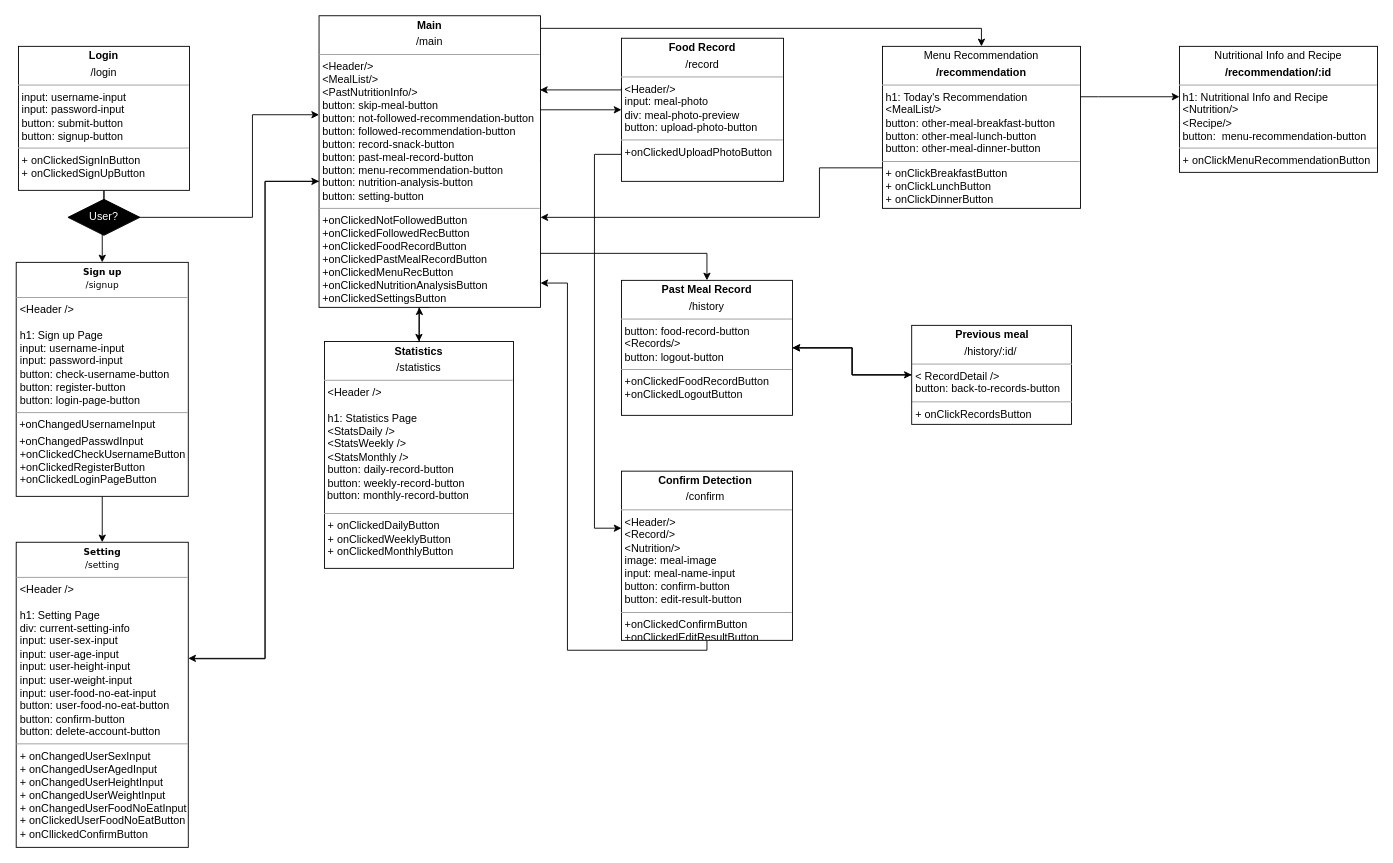
swsnu/swpp2021-team5 keeps this draw.io diagram as diagrams/Frontend_UML.drawio. Above is the earlier version. Source tidied: cells renumbered, new cells numbered last; positions are measured from the earlier drawing's top-left corner, leaving out a move shared by most shapes. Both pictures are drawn from the tidied source at 90%, with x=0, y=0 at pixel (16, 15).
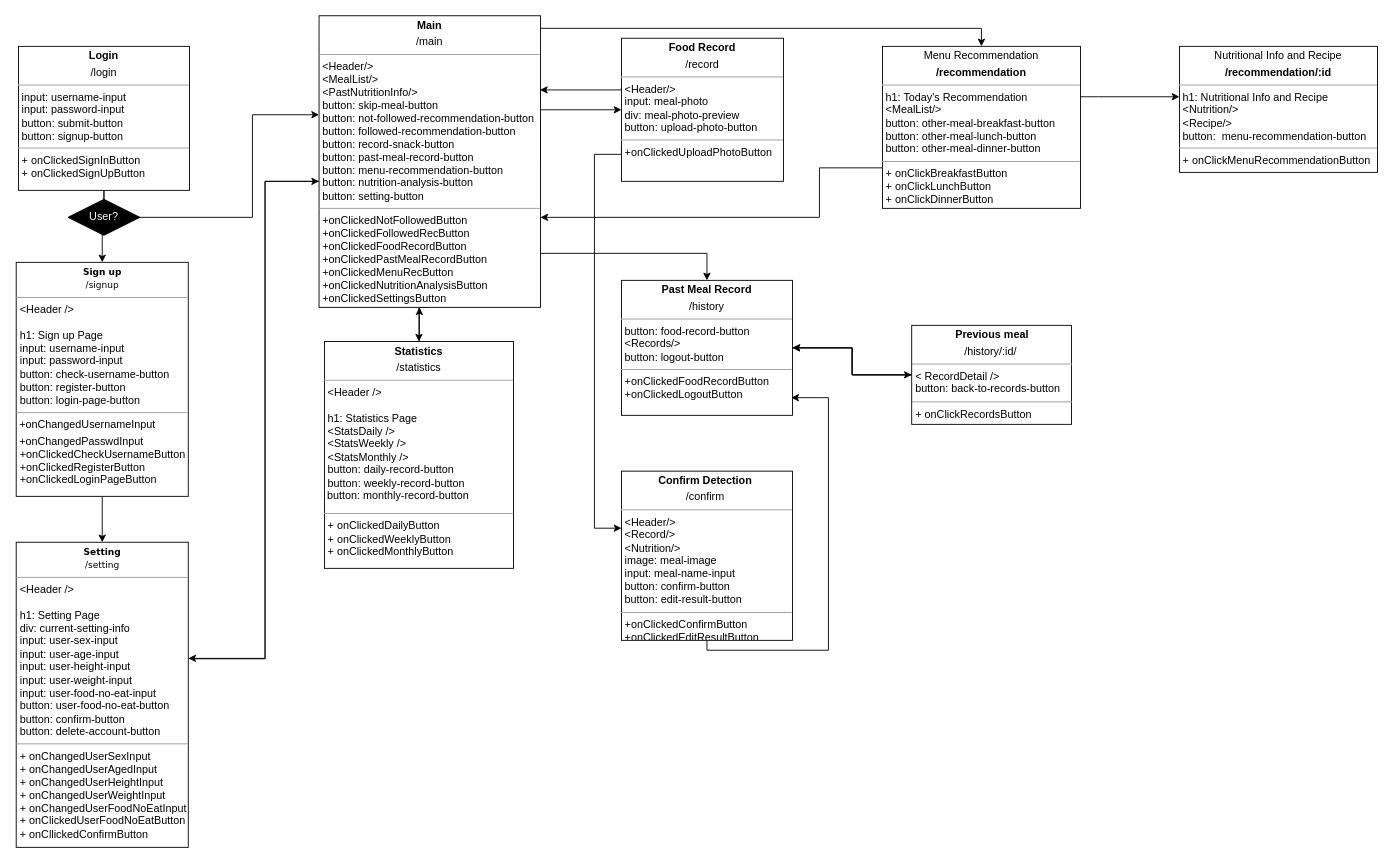
Above is the later version.

The change refers to these unchanged cells:
```xml
<mxCell id="9" value="&lt;p style=&quot;margin: 0px ; margin-top: 4px ; text-align: center&quot;&gt;&lt;b&gt;Main&lt;/b&gt;&lt;/p&gt;&lt;p style=&quot;margin: 0px ; margin-top: 4px ; text-align: center&quot;&gt;/main&lt;/p&gt;&lt;hr size=&quot;1&quot;&gt;&lt;p style=&quot;margin: 0px ; margin-left: 4px&quot;&gt;&lt;span&gt;&amp;lt;Header/&amp;gt;&lt;/span&gt;&lt;/p&gt;&lt;p style=&quot;margin: 0px ; margin-left: 4px&quot;&gt;&lt;span&gt;&amp;lt;MealList/&amp;gt;&lt;/span&gt;&lt;br&gt;&lt;/p&gt;&lt;p style=&quot;margin: 0px ; margin-left: 4px&quot;&gt;&amp;lt;PastNutritionInfo/&amp;gt;&lt;/p&gt;&lt;p style=&quot;margin: 0px ; margin-left: 4px&quot;&gt;button: skip-meal-button&lt;/p&gt;&lt;p style=&quot;margin: 0px ; margin-left: 4px&quot;&gt;button: not-followed-recommendation-button&lt;/p&gt;&lt;p style=&quot;margin: 0px 0px 0px 4px&quot;&gt;button: followed-recommendation-button&lt;/p&gt;&lt;p style=&quot;margin: 0px ; margin-left: 4px&quot;&gt;&lt;span&gt;button: record-snack-button&lt;/span&gt;&lt;br&gt;&lt;/p&gt;&lt;p style=&quot;margin: 0px 0px 0px 4px&quot;&gt;button: past-meal-record-button&lt;/p&gt;&lt;p style=&quot;margin: 0px 0px 0px 4px&quot;&gt;button: menu-recommendation-button&lt;/p&gt;&lt;p style=&quot;margin: 0px 0px 0px 4px&quot;&gt;button: nutrition-analysis-button&lt;/p&gt;&lt;p style=&quot;margin: 0px 0px 0px 4px&quot;&gt;&lt;span&gt;button: setting-button&lt;/span&gt;&lt;br&gt;&lt;/p&gt;&lt;hr size=&quot;1&quot;&gt;&lt;p style=&quot;margin: 0px ; margin-left: 4px&quot;&gt;+onClickedNotFollowedButton&lt;/p&gt;&lt;p style=&quot;margin: 0px ; margin-left: 4px&quot;&gt;+onClickedFollowedRecButton&lt;br&gt;&lt;/p&gt;&lt;p style=&quot;margin: 0px ; margin-left: 4px&quot;&gt;+onClickedFoodRecordButton&lt;/p&gt;&lt;p style=&quot;margin: 0px 0px 0px 4px&quot;&gt;+onClickedPastMealRecordButton&lt;/p&gt;&lt;p style=&quot;margin: 0px ; margin-left: 4px&quot;&gt;+onClickedMenuRecButton&lt;/p&gt;&lt;p style=&quot;margin: 0px ; margin-left: 4px&quot;&gt;+onClickedNutritionAnalysisButton&lt;/p&gt;&lt;p style=&quot;margin: 0px ; margin-left: 4px&quot;&gt;&lt;span&gt;+onClickedSettingsButton&lt;/span&gt;&lt;br&gt;&lt;/p&gt;" style="verticalAlign=top;align=left;overflow=fill;fontSize=12;fontFamily=Helvetica;html=1;rounded=0;shadow=0;comic=0;labelBackgroundColor=none;strokeWidth=1;" parent="1" vertex="1">
  <mxGeometry x="336" width="246" height="324" as="geometry" />
</mxCell>
<mxCell id="17" value="&lt;p style=&quot;margin: 0px ; margin-top: 4px ; text-align: center&quot;&gt;&lt;b&gt;Past Meal Record&lt;/b&gt;&lt;/p&gt;&lt;p style=&quot;margin: 0px ; margin-top: 4px ; text-align: center&quot;&gt;/history&lt;/p&gt;&lt;hr size=&quot;1&quot;&gt;&lt;p style=&quot;margin: 0px 0px 0px 4px&quot;&gt;button: food-record-button&lt;/p&gt;&lt;p style=&quot;margin: 0px 0px 0px 4px&quot;&gt;&amp;lt;Records/&amp;gt;&lt;/p&gt;&lt;p style=&quot;margin: 0px 0px 0px 4px&quot;&gt;button: logout-button&lt;/p&gt;&lt;hr size=&quot;1&quot;&gt;&lt;p style=&quot;margin: 0px ; margin-left: 4px&quot;&gt;+onClickedFoodRecordButton&lt;/p&gt;&lt;p style=&quot;margin: 0px ; margin-left: 4px&quot;&gt;+onClickedLogoutButton&lt;/p&gt;" style="verticalAlign=top;align=left;overflow=fill;fontSize=12;fontFamily=Helvetica;html=1;rounded=0;shadow=0;comic=0;labelBackgroundColor=none;strokeWidth=1;" parent="1" vertex="1">
  <mxGeometry x="672" y="294" width="190" height="150" as="geometry" />
</mxCell>
<mxCell id="23" value="&lt;p style=&quot;margin: 0px ; margin-top: 4px ; text-align: center&quot;&gt;&lt;b&gt;Confirm Detection&amp;nbsp;&lt;/b&gt;&lt;/p&gt;&lt;p style=&quot;margin: 0px ; margin-top: 4px ; text-align: center&quot;&gt;/confirm&lt;b&gt;&amp;nbsp;&lt;/b&gt;&lt;/p&gt;&lt;hr size=&quot;1&quot;&gt;&lt;p style=&quot;margin: 0px ; margin-left: 4px&quot;&gt;&amp;lt;Header/&amp;gt;&lt;/p&gt;&lt;p style=&quot;margin: 0px ; margin-left: 4px&quot;&gt;&amp;lt;Record/&amp;gt;&lt;/p&gt;&lt;p style=&quot;margin: 0px ; margin-left: 4px&quot;&gt;&amp;lt;Nutrition/&amp;gt;&lt;/p&gt;&lt;p style=&quot;margin: 0px ; margin-left: 4px&quot;&gt;image: meal-image&lt;/p&gt;&lt;p style=&quot;margin: 0px ; margin-left: 4px&quot;&gt;input: meal-name-input&lt;/p&gt;&lt;p style=&quot;margin: 0px ; margin-left: 4px&quot;&gt;&lt;span&gt;button: confirm-button&lt;/span&gt;&lt;br&gt;&lt;/p&gt;&lt;p style=&quot;margin: 0px ; margin-left: 4px&quot;&gt;button: edit-result-button&lt;/p&gt;&lt;hr size=&quot;1&quot;&gt;&lt;p style=&quot;margin: 0px ; margin-left: 4px&quot;&gt;+onClickedConfirmButton&lt;/p&gt;&lt;p style=&quot;margin: 0px ; margin-left: 4px&quot;&gt;+onClickedEditResultButton&lt;/p&gt;&lt;p style=&quot;margin: 0px ; margin-left: 4px&quot;&gt;&lt;br&gt;&lt;/p&gt;&lt;p style=&quot;margin: 0px ; margin-left: 4px&quot;&gt;&lt;br&gt;&lt;/p&gt;" style="verticalAlign=top;align=left;overflow=fill;fontSize=12;fontFamily=Helvetica;html=1;" parent="1" vertex="1">
  <mxGeometry x="672" y="506" width="190" height="188" as="geometry" />
</mxCell>
```

Change to the diagram source:
```diff
@@
-    <mxCell id="22" style="edgeStyle=orthogonalEdgeStyle;rounded=0;jettySize=auto;html=1;exitX=0.5;exitY=1;exitDx=0;exitDy=0;fontColor=#FFFFFF;" parent="1" edge="1" source="23" target="9">
+    <mxCell id="22" style="edgeStyle=orthogonalEdgeStyle;rounded=0;jettySize=auto;html=1;exitX=0.5;exitY=1;exitDx=0;exitDy=0;fontColor=#FFFFFF;entryX=0.993;entryY=0.869;entryDx=0;entryDy=0;entryPerimeter=0;" parent="1" edge="1" source="23" target="17">
       <mxGeometry relative="1" as="geometry">
         <Array as="points">
           <mxPoint x="767" y="705" />
-          <mxPoint x="612" y="705" />
-          <mxPoint x="612" y="297" />
+          <mxPoint x="902" y="705" />
+          <mxPoint x="902" y="424" />
         </Array>
       </mxGeometry>
     </mxCell>
```
